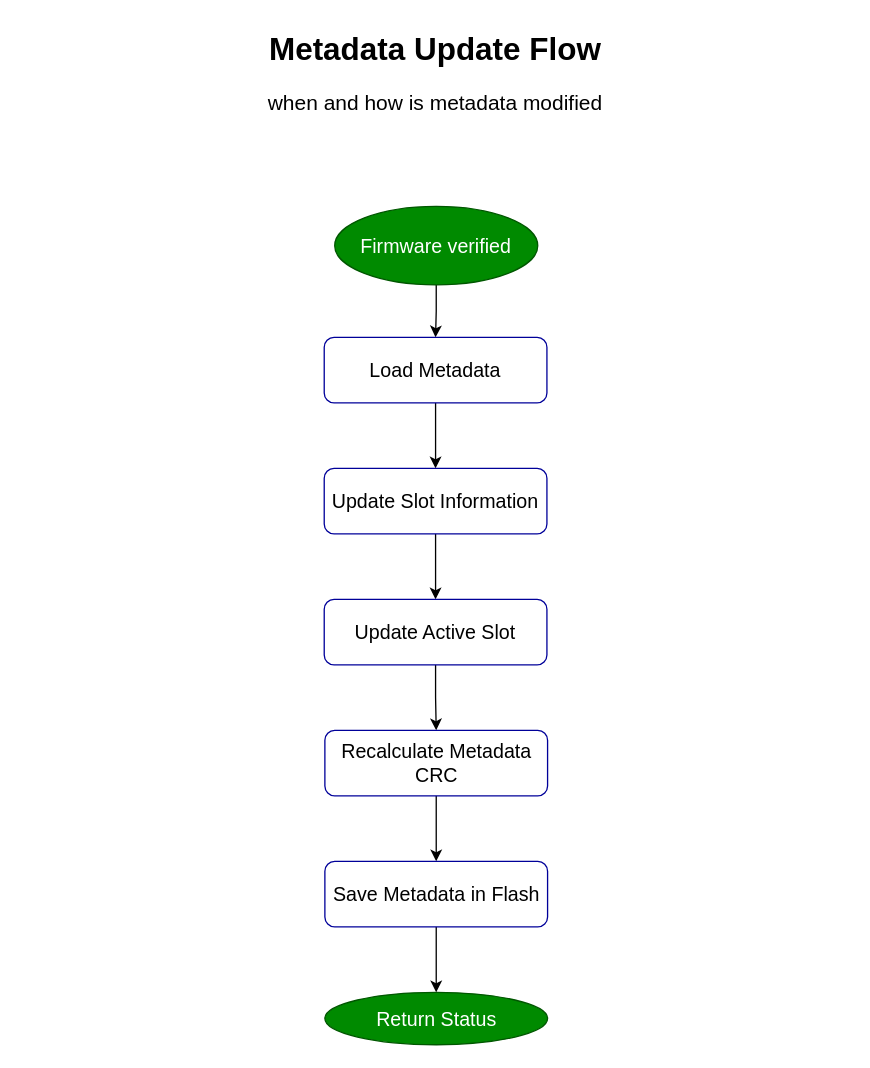
Before: page "05 - Metadata Update Flow" (6 of 9) of docs/HEXBOOT_F0_Architecture.drawio in brajogopal/HEXBOOT_F0, a draw.io diagram. Source tidied: cells renumbered, new cells numbered last; positions are measured from the earlier drawing's top-left corner, leaving out a move shared by most shapes. Both pictures are drawn from the tidied source at 131%, with x=0, y=0 at pixel (22, 22).
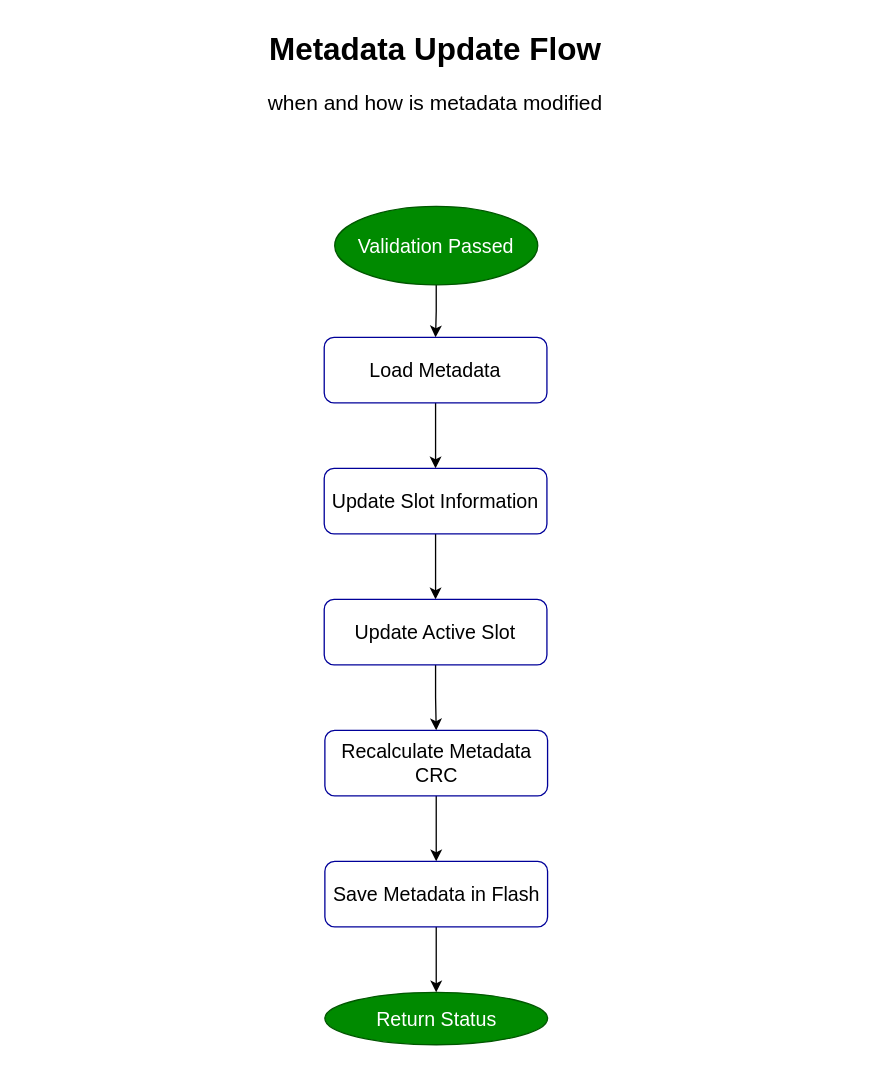
Above is the later version.

Diff of the diagram source:
```diff
@@
 <mxGraphModel>
   <root>
     <mxCell id="0" />
     <mxCell id="1" parent="0" />
     <mxCell id="2" value="&lt;h1 style=&quot;margin-top: 0px;&quot;&gt;Metadata Update Flow&lt;/h1&gt;&lt;p style=&quot;&quot;&gt;&lt;font style=&quot;font-size: 16px;&quot;&gt;when and how is metadata modified&lt;/font&gt;&lt;/p&gt;" style="text;html=1;whiteSpace=wrap;overflow=hidden;rounded=0;align=center;" parent="1" vertex="1">
       <mxGeometry width="630" height="80" as="geometry" />
     </mxCell>
     <mxCell id="3" style="edgeStyle=orthogonalEdgeStyle;rounded=0;jettySize=auto;html=1;" parent="1" edge="1" source="4" target="6">
       <mxGeometry relative="1" as="geometry" />
     </mxCell>
-    <mxCell id="4" value="&lt;font style=&quot;font-size: 15px;&quot;&gt;Firmware verified&lt;br&gt;&lt;/font&gt;" style="ellipse;whiteSpace=wrap;html=1;fillColor=#008a00;fontColor=#ffffff;strokeColor=#005700;" parent="1" vertex="1">
+    <mxCell id="4" value="&lt;font style=&quot;font-size: 15px;&quot;&gt;Validation Passed&lt;/font&gt;" style="ellipse;whiteSpace=wrap;html=1;fillColor=#008a00;fontColor=#ffffff;strokeColor=#005700;" parent="1" vertex="1">
       <mxGeometry x="238" y="140" width="155" height="60" as="geometry" />
     </mxCell>
     <mxCell id="5" style="edgeStyle=orthogonalEdgeStyle;rounded=0;jettySize=auto;html=1;" parent="1" edge="1" source="6" target="9">
       <mxGeometry relative="1" as="geometry" />
     </mxCell>
     <mxCell id="6" value="&lt;font style=&quot;font-size: 15px;&quot;&gt;Load Metadata&lt;/font&gt;" style="rounded=1;whiteSpace=wrap;html=1;strokeColor=#000099;" parent="1" vertex="1">
       <mxGeometry x="230" y="240" width="170" height="50" as="geometry" />
     </mxCell>
     <mxCell id="7" value="&lt;span style=&quot;font-size: 15px; color: rgb(255, 255, 255);&quot;&gt;Return Status&lt;/span&gt;" style="ellipse;whiteSpace=wrap;html=1;fillColor=#008a00;fontColor=#ffffff;strokeColor=#005700;" parent="1" vertex="1">
       <mxGeometry x="230.5" y="740" width="170" height="40" as="geometry" />
     </mxCell>
     <mxCell id="8" style="edgeStyle=orthogonalEdgeStyle;rounded=0;jettySize=auto;html=1;" parent="1" edge="1" source="9" target="11">
       <mxGeometry relative="1" as="geometry" />
     </mxCell>
     <mxCell id="9" value="&lt;font style=&quot;font-size: 15px;&quot;&gt;Update Slot Information&lt;/font&gt;" style="rounded=1;whiteSpace=wrap;html=1;strokeColor=#000099;" parent="1" vertex="1">
       <mxGeometry x="230" y="340" width="170" height="50" as="geometry" />
     </mxCell>
     <mxCell id="10" style="edgeStyle=orthogonalEdgeStyle;rounded=0;jettySize=auto;html=1;" parent="1" edge="1" source="11" target="13">
       <mxGeometry relative="1" as="geometry" />
     </mxCell>
     <mxCell id="11" value="&lt;font style=&quot;font-size: 15px;&quot;&gt;Update Active Slot&lt;br/&gt;&lt;/font&gt;" style="rounded=1;whiteSpace=wrap;html=1;strokeColor=#000099;" parent="1" vertex="1">
       <mxGeometry x="230" y="440" width="170" height="50" as="geometry" />
     </mxCell>
     <mxCell id="12" style="edgeStyle=orthogonalEdgeStyle;rounded=0;jettySize=auto;html=1;" parent="1" edge="1" source="13" target="15">
       <mxGeometry relative="1" as="geometry" />
     </mxCell>
     <mxCell id="13" value="&lt;font style=&quot;font-size: 15px;&quot;&gt;Recalculate Metadata CRC&lt;br&gt;&lt;/font&gt;" style="rounded=1;whiteSpace=wrap;html=1;strokeColor=#000099;" parent="1" vertex="1">
       <mxGeometry x="230.5" y="540" width="170" height="50" as="geometry" />
     </mxCell>
     <mxCell id="14" style="edgeStyle=orthogonalEdgeStyle;rounded=0;jettySize=auto;html=1;" parent="1" edge="1" source="15" target="7">
       <mxGeometry relative="1" as="geometry" />
     </mxCell>
     <mxCell id="15" value="&lt;font style=&quot;font-size: 15px;&quot;&gt;Save Metadata in Flash&lt;br&gt;&lt;/font&gt;" style="rounded=1;whiteSpace=wrap;html=1;strokeColor=#000099;" parent="1" vertex="1">
       <mxGeometry x="230.5" y="640" width="170" height="50" as="geometry" />
     </mxCell>
   </root>
 </mxGraphModel>
```
